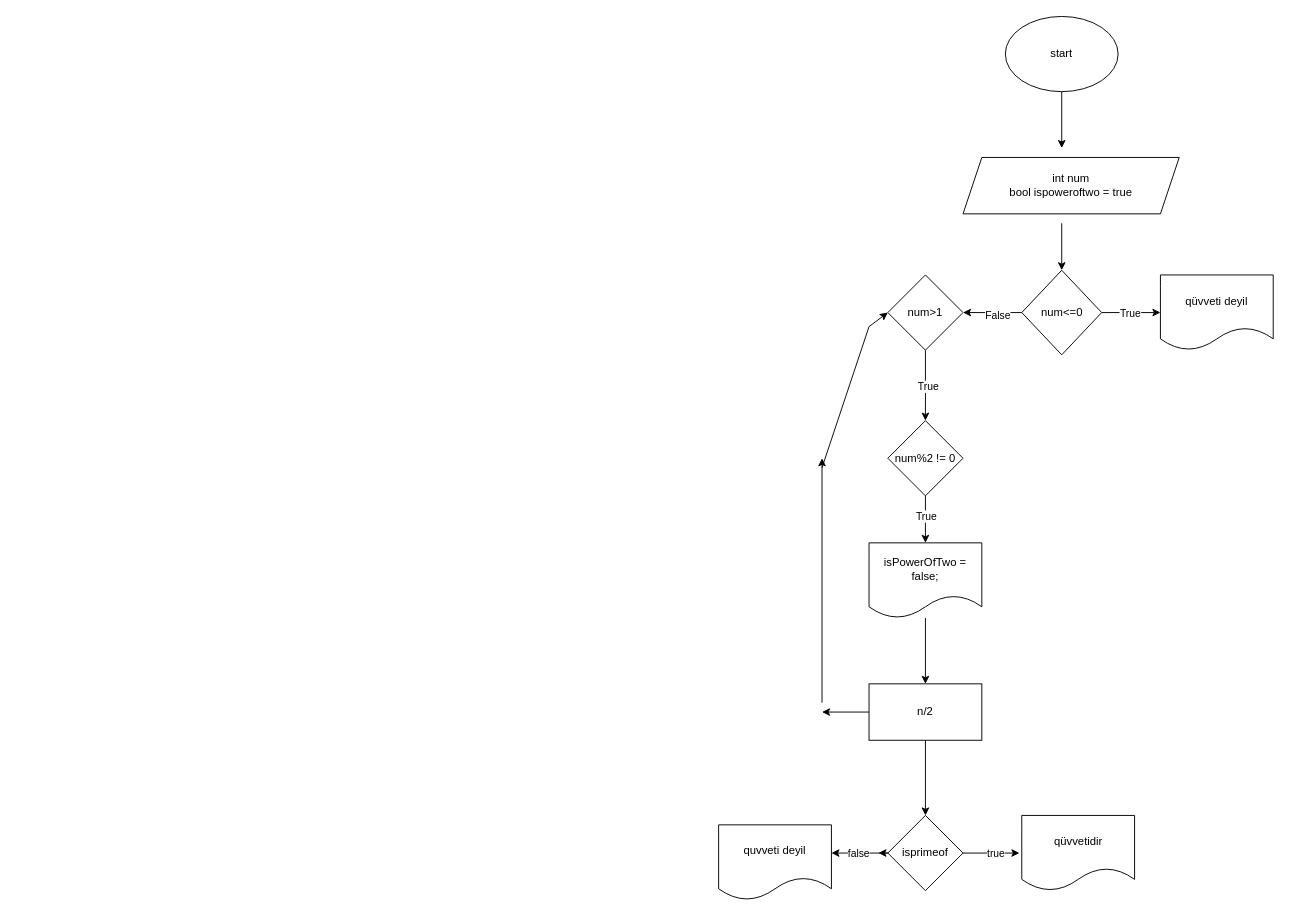
Before: Başlıksız Diyagram.drawio in Ayxan217/Loop_Lesson, a draw.io diagram. Source tidied: cells renumbered, new cells numbered last; positions are measured from the earlier drawing's top-left corner, leaving out a move shared by most shapes. Both pictures are drawn from the tidied source at 94%, with x=0, y=0 at pixel (718, 16).
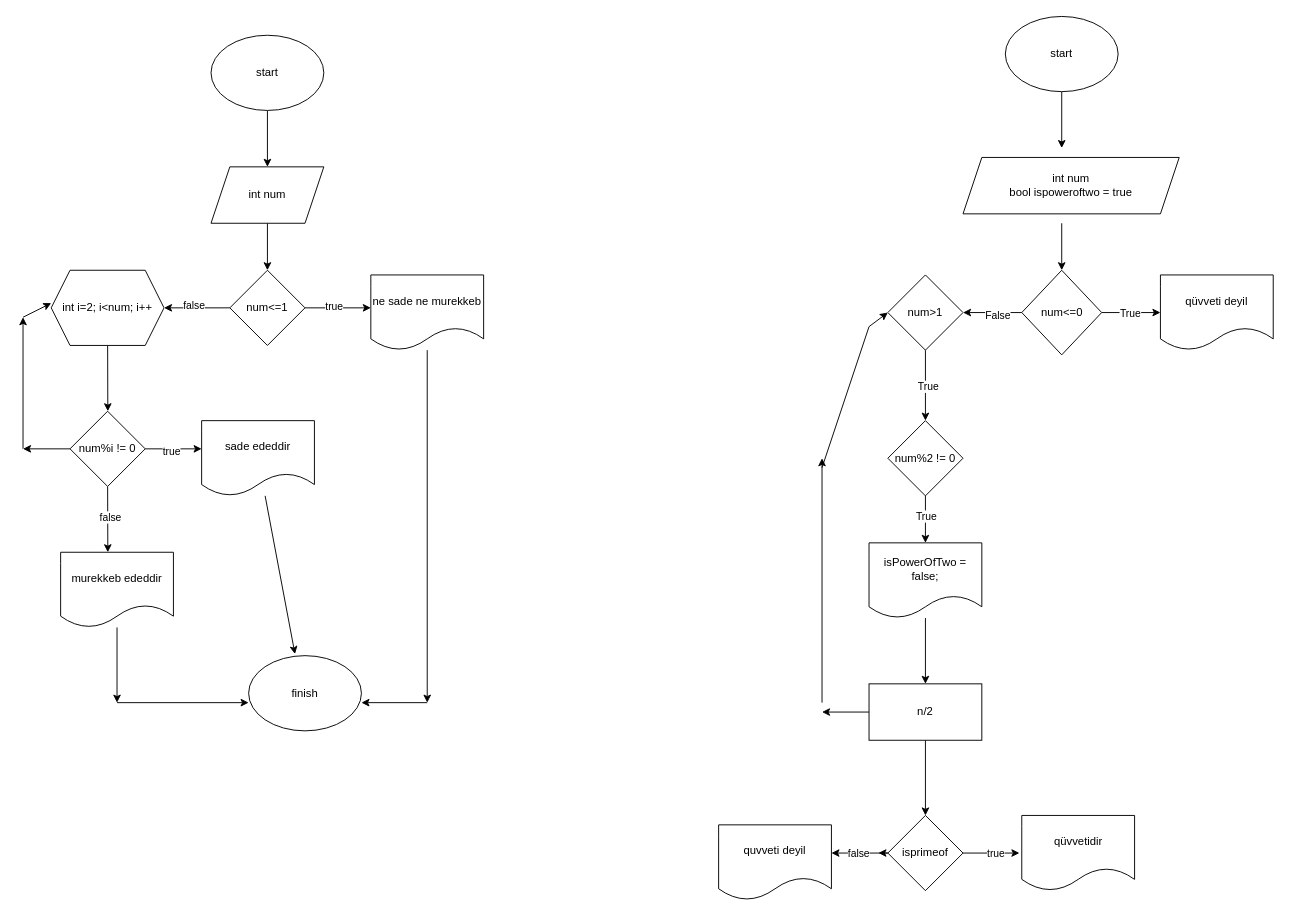
Above is the later version.

Commit message:
task diagram

Diff of the diagram source:
```diff
@@
+    <mxCell id="33" style="edgeStyle=none;rounded=0;jettySize=auto;html=1;" parent="1" edge="1" source="34">
+      <mxGeometry relative="1" as="geometry">
+        <mxPoint x="-480" y="160" as="targetPoint" />
+      </mxGeometry>
+    </mxCell>
+    <mxCell id="34" value="start" style="ellipse;whiteSpace=wrap;html=1;" parent="1" vertex="1">
+      <mxGeometry x="-540" y="20" width="120" height="80" as="geometry" />
+    </mxCell>
+    <mxCell id="35" style="edgeStyle=none;rounded=0;jettySize=auto;html=1;" parent="1" edge="1" source="36">
+      <mxGeometry relative="1" as="geometry">
+        <mxPoint x="-480" y="270" as="targetPoint" />
+      </mxGeometry>
+    </mxCell>
+    <mxCell id="36" value="int num" style="shape=parallelogram;perimeter=parallelogramPerimeter;whiteSpace=wrap;html=1;fixedSize=1;" parent="1" vertex="1">
+      <mxGeometry x="-540" y="160" width="120" height="60" as="geometry" />
+    </mxCell>
+    <mxCell id="37" style="edgeStyle=none;rounded=0;jettySize=auto;html=1;exitX=1;exitY=0.5;exitDx=0;exitDy=0;" parent="1" edge="1" source="41">
+      <mxGeometry relative="1" as="geometry">
+        <mxPoint x="-370" y="310" as="targetPoint" />
+      </mxGeometry>
+    </mxCell>
+    <mxCell id="38" value="true" style="edgeLabel;html=1;align=center;verticalAlign=middle;" parent="37" vertex="1">
+      <mxGeometry x="-0.15" y="2" relative="1" as="geometry" />
+    </mxCell>
+    <mxCell id="39" style="edgeStyle=none;rounded=0;jettySize=auto;html=1;" parent="1" edge="1" source="41">
+      <mxGeometry relative="1" as="geometry">
+        <mxPoint x="-590" y="310" as="targetPoint" />
+      </mxGeometry>
+    </mxCell>
+    <mxCell id="40" value="false" style="edgeLabel;html=1;align=center;verticalAlign=middle;" parent="39" vertex="1">
+      <mxGeometry x="0.12" y="-3" relative="1" as="geometry" />
+    </mxCell>
+    <mxCell id="41" value="num&amp;lt;=1" style="rhombus;whiteSpace=wrap;html=1;" parent="1" vertex="1">
+      <mxGeometry x="-520" y="270" width="80" height="80" as="geometry" />
+    </mxCell>
+    <mxCell id="42" style="rounded=0;jettySize=auto;html=1;" parent="1" edge="1" source="43">
+      <mxGeometry relative="1" as="geometry">
+        <mxPoint x="-310" y="730" as="targetPoint" />
+      </mxGeometry>
+    </mxCell>
+    <mxCell id="43" value="ne sade ne murekkeb" style="shape=document;whiteSpace=wrap;html=1;boundedLbl=1;" parent="1" vertex="1">
+      <mxGeometry x="-370" y="275" width="120" height="80" as="geometry" />
+    </mxCell>
+    <mxCell id="44" style="edgeStyle=none;rounded=0;jettySize=auto;html=1;exitX=0.5;exitY=1;exitDx=0;exitDy=0;" parent="1" edge="1" source="45">
+      <mxGeometry relative="1" as="geometry">
+        <mxPoint x="-649.8" y="420" as="targetPoint" />
+      </mxGeometry>
+    </mxCell>
+    <mxCell id="45" value="int i=2; i&amp;lt;num; i++" style="shape=hexagon;perimeter=hexagonPerimeter2;whiteSpace=wrap;html=1;fixedSize=1;" parent="1" vertex="1">
+      <mxGeometry x="-710" y="270" width="120" height="80" as="geometry" />
+    </mxCell>
+    <mxCell id="46" style="edgeStyle=none;rounded=0;jettySize=auto;html=1;exitX=1;exitY=0.5;exitDx=0;exitDy=0;" parent="1" edge="1" source="51">
+      <mxGeometry relative="1" as="geometry">
+        <mxPoint x="-550" y="460" as="targetPoint" />
+      </mxGeometry>
+    </mxCell>
+    <mxCell id="47" value="true" style="edgeLabel;html=1;align=center;verticalAlign=middle;" parent="46" vertex="1">
+      <mxGeometry x="-0.09" y="-2" relative="1" as="geometry" />
+    </mxCell>
+    <mxCell id="48" style="edgeStyle=none;rounded=0;jettySize=auto;html=1;exitX=0.5;exitY=1;exitDx=0;exitDy=0;" parent="1" edge="1" source="51">
+      <mxGeometry relative="1" as="geometry">
+        <mxPoint x="-649.8" y="570" as="targetPoint" />
+      </mxGeometry>
+    </mxCell>
+    <mxCell id="49" value="false" style="edgeLabel;html=1;align=center;verticalAlign=middle;" parent="48" vertex="1">
+      <mxGeometry x="-0.06" y="2" relative="1" as="geometry" />
+    </mxCell>
+    <mxCell id="50" style="rounded=0;jettySize=auto;html=1;" parent="1" edge="1" source="51">
+      <mxGeometry relative="1" as="geometry">
+        <mxPoint x="-740" y="460" as="targetPoint" />
+      </mxGeometry>
+    </mxCell>
+    <mxCell id="51" value="num%i != 0" style="rhombus;whiteSpace=wrap;html=1;" parent="1" vertex="1">
+      <mxGeometry x="-690" y="420" width="80" height="80" as="geometry" />
+    </mxCell>
+    <mxCell id="52" value="sade ededdir" style="shape=document;whiteSpace=wrap;html=1;boundedLbl=1;" parent="1" vertex="1">
+      <mxGeometry x="-550" y="430" width="120" height="80" as="geometry" />
+    </mxCell>
+    <mxCell id="53" style="edgeStyle=none;rounded=0;jettySize=auto;html=1;" parent="1" edge="1" source="54">
+      <mxGeometry relative="1" as="geometry">
+        <mxPoint x="-640" y="730" as="targetPoint" />
+      </mxGeometry>
+    </mxCell>
+    <mxCell id="54" value="murekkeb ededdir" style="shape=document;whiteSpace=wrap;html=1;boundedLbl=1;" parent="1" vertex="1">
+      <mxGeometry x="-700" y="570" width="120" height="80" as="geometry" />
+    </mxCell>
+    <mxCell id="55" style="endArrow=classic;html=1;rounded=0;" parent="1" edge="1">
+      <mxGeometry relative="1" as="geometry">
+        <mxPoint x="-640" y="730" as="sourcePoint" />
+        <mxPoint x="-500" y="730" as="targetPoint" />
+      </mxGeometry>
+    </mxCell>
+    <mxCell id="56" style="endArrow=classic;html=1;rounded=0;" parent="1" edge="1">
+      <mxGeometry relative="1" as="geometry">
+        <mxPoint x="-310" y="730" as="sourcePoint" />
+        <mxPoint x="-380" y="730" as="targetPoint" />
+      </mxGeometry>
+    </mxCell>
+    <mxCell id="57" value="finish" style="ellipse;whiteSpace=wrap;html=1;" parent="1" vertex="1">
+      <mxGeometry x="-500" y="680" width="120" height="80" as="geometry" />
+    </mxCell>
+    <mxCell id="58" style="edgeStyle=none;rounded=0;jettySize=auto;html=1;entryX=0.411;entryY=-0.021;entryDx=0;entryDy=0;entryPerimeter=0;" parent="1" edge="1" source="52" target="57">
+      <mxGeometry relative="1" as="geometry" />
+    </mxCell>
+    <mxCell id="59" style="endArrow=classic;html=1;rounded=0;" parent="1" edge="1">
+      <mxGeometry relative="1" as="geometry">
+        <mxPoint x="-740" y="460" as="sourcePoint" />
+        <mxPoint x="-740" y="320" as="targetPoint" />
+      </mxGeometry>
+    </mxCell>
+    <mxCell id="60" style="endArrow=classic;html=1;rounded=0;" parent="1" edge="1">
+      <mxGeometry relative="1" as="geometry">
+        <mxPoint x="-740" y="320" as="sourcePoint" />
+        <mxPoint x="-710" y="305" as="targetPoint" />
+      </mxGeometry>
+    </mxCell>
```
